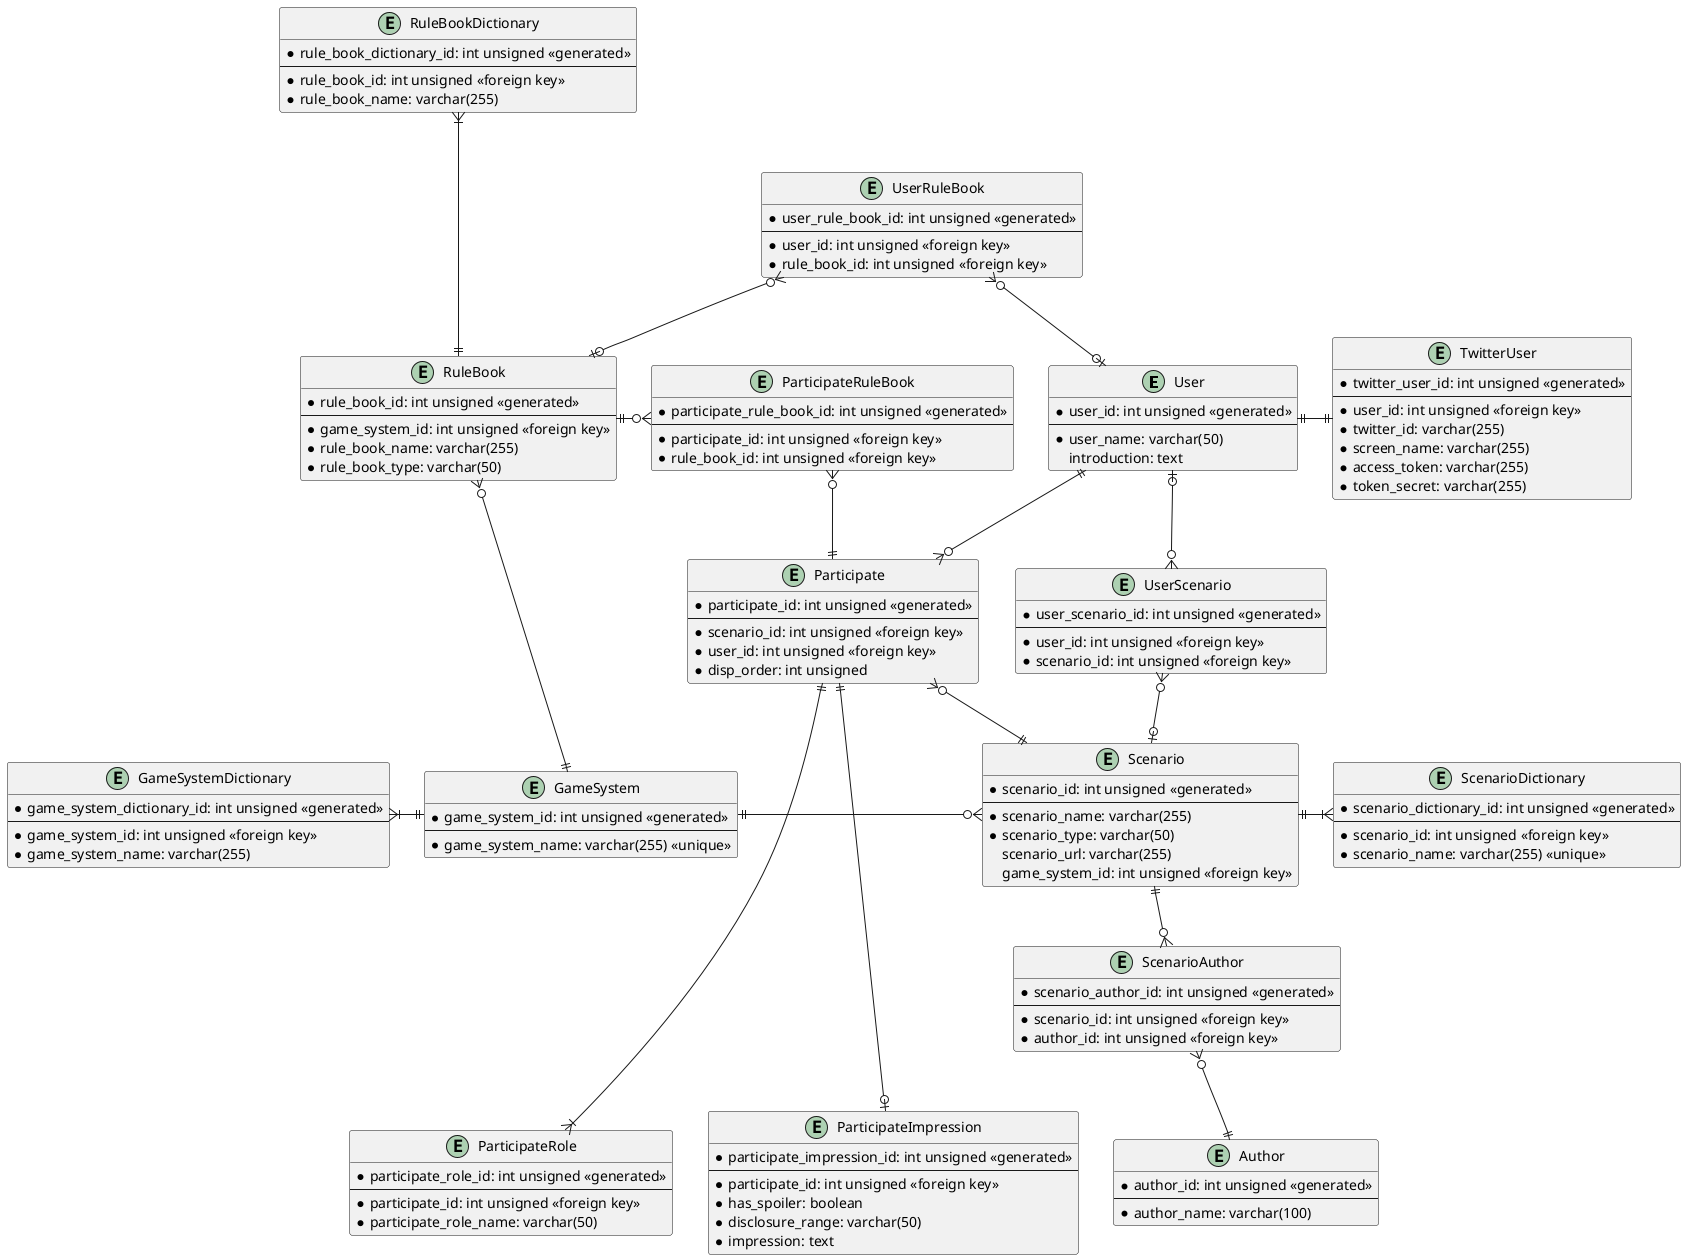
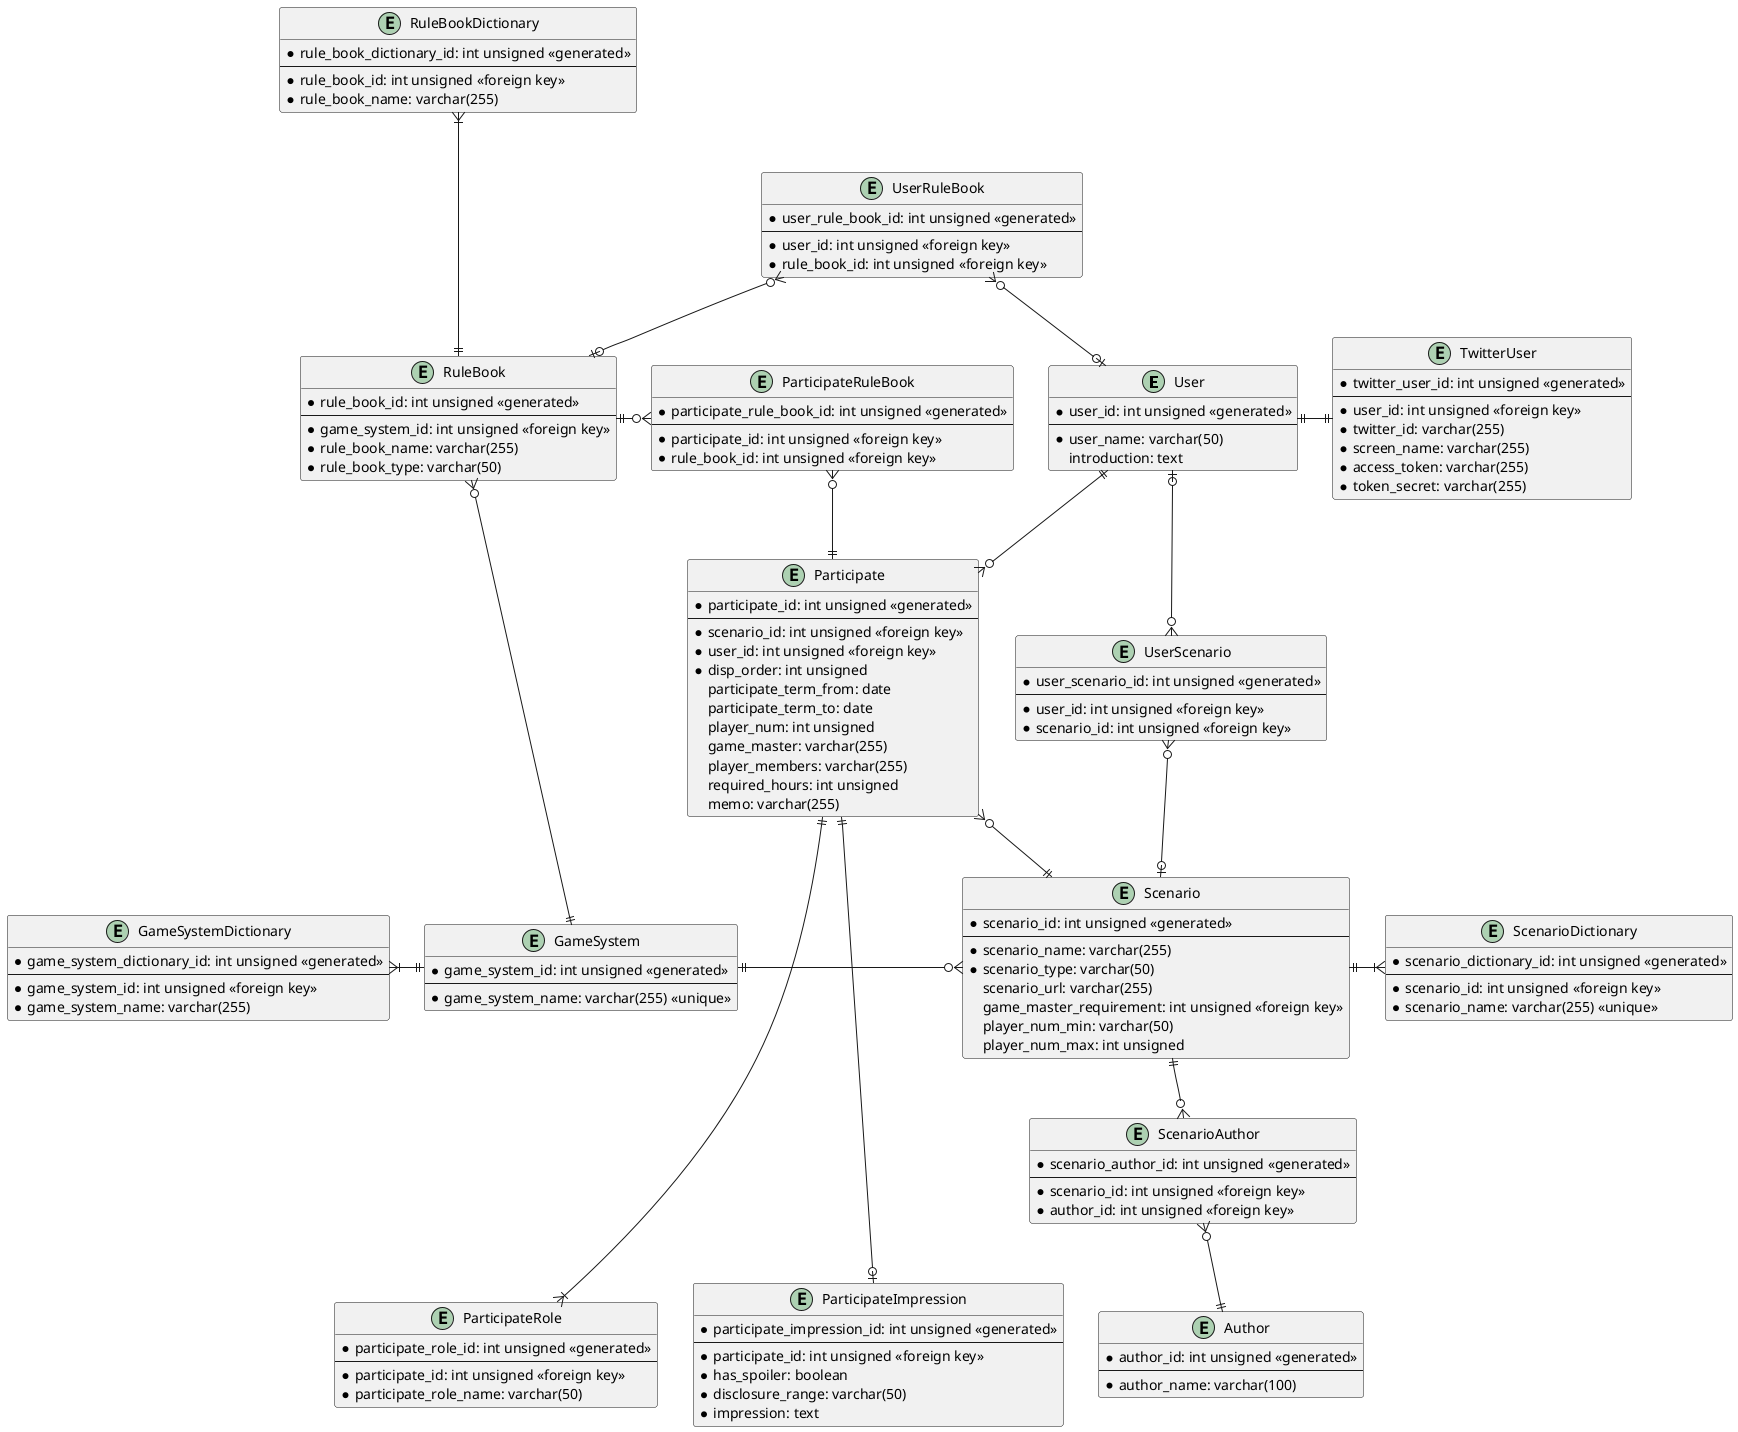
@startuml
'https://plantuml.com/class-diagram

entity User {
    * user_id: int unsigned <<generated>>
    --
    * user_name: varchar(50)
    introduction: text
}

entity TwitterUser {
	* twitter_user_id: int unsigned <<generated>>
	--
	* user_id: int unsigned <<foreign key>>
	* twitter_id: varchar(255)
	* screen_name: varchar(255)
	* access_token: varchar(255)
	* token_secret: varchar(255)
}

User ||-right-|| TwitterUser

entity GameSystem {
	* game_system_id: int unsigned <<generated>>
	--
	* game_system_name: varchar(255) <<unique>>
}

entity GameSystemDictionary {
    * game_system_dictionary_id: int unsigned <<generated>>
    --
    * game_system_id: int unsigned <<foreign key>>
    * game_system_name: varchar(255)
}

GameSystemDictionary }|-right-|| GameSystem

entity RuleBook {
    * rule_book_id: int unsigned <<generated>>
    --
    * game_system_id: int unsigned <<foreign key>>
    * rule_book_name: varchar(255)
    * rule_book_type: varchar(50)
}

GameSystem ||-left-o{ RuleBook

entity RuleBookDictionary {
    * rule_book_dictionary_id: int unsigned <<generated>>
    --
    * rule_book_id: int unsigned <<foreign key>>
    * rule_book_name: varchar(255)
}

RuleBookDictionary }|--down-|| RuleBook

entity UserRuleBook {
	* user_rule_book_id: int unsigned <<generated>>
	--
	* user_id: int unsigned <<foreign key>>
	* rule_book_id: int unsigned <<foreign key>>
}

UserRuleBook }o-down-o| RuleBook
UserRuleBook }o-right-o| User

entity Scenario {
    * scenario_id: int unsigned <<generated>>
    --
    * scenario_name: varchar(255)
    * scenario_type: varchar(50)
    scenario_url: varchar(255)
-     game_system_id: int unsigned <<foreign key>>
+     game_master_requirement: int unsigned <<foreign key>>
+     player_num_min: varchar(50)
+     player_num_max: int unsigned
}

GameSystem ||-right-o{ Scenario

entity UserScenario {
	* user_scenario_id: int unsigned <<generated>>
	--
	* user_id: int unsigned <<foreign key>>
	* scenario_id: int unsigned <<foreign key>>
}

User |o-down-o{ UserScenario
Scenario |o-up-o{ UserScenario

entity Author {
	* author_id: int unsigned <<generated>>
	--
	* author_name: varchar(100)
}

entity ScenarioAuthor {
	* scenario_author_id: int unsigned <<generated>>
	--
	* scenario_id: int unsigned <<foreign key>>
	* author_id: int unsigned <<foreign key>>
}

Scenario ||-down-o{ ScenarioAuthor
ScenarioAuthor }o-down-|| Author

entity ScenarioDictionary {
    * scenario_dictionary_id: int unsigned <<generated>>
    --
    * scenario_id: int unsigned <<foreign key>>
    * scenario_name: varchar(255) <<unique>>
}

Scenario ||-right-|{ ScenarioDictionary

entity Participate {
    * participate_id: int unsigned <<generated>>
    --
    * scenario_id: int unsigned <<foreign key>>
    * user_id: int unsigned <<foreign key>>
    * disp_order: int unsigned
+     participate_term_from: date
+     participate_term_to: date
+     player_num: int unsigned
+     game_master: varchar(255)
+     player_members: varchar(255)
+     required_hours: int unsigned
+     memo: varchar(255)
}

User ||-down-o{ Participate
Participate }o-|| Scenario
Participate -[hidden]down- GameSystem

entity ParticipateRole {
    * participate_role_id: int unsigned <<generated>>
    --
    * participate_id: int unsigned <<foreign key>>
    * participate_role_name: varchar(50)
}

Participate ||--down--|{ ParticipateRole

entity ParticipateImpression {
	* participate_impression_id: int unsigned <<generated>>
	--
	* participate_id: int unsigned <<foreign key>>
	* has_spoiler: boolean
	* disclosure_range: varchar(50)
	* impression: text
}

Participate ||--down--o| ParticipateImpression

entity ParticipateRuleBook {
	* participate_rule_book_id: int unsigned <<generated>>
	--
	* participate_id: int unsigned <<foreign key>>
	* rule_book_id: int unsigned <<foreign key>>
}

ParticipateRuleBook }o-down-|| Participate
ParticipateRuleBook }o-left-|| RuleBook

@enduml